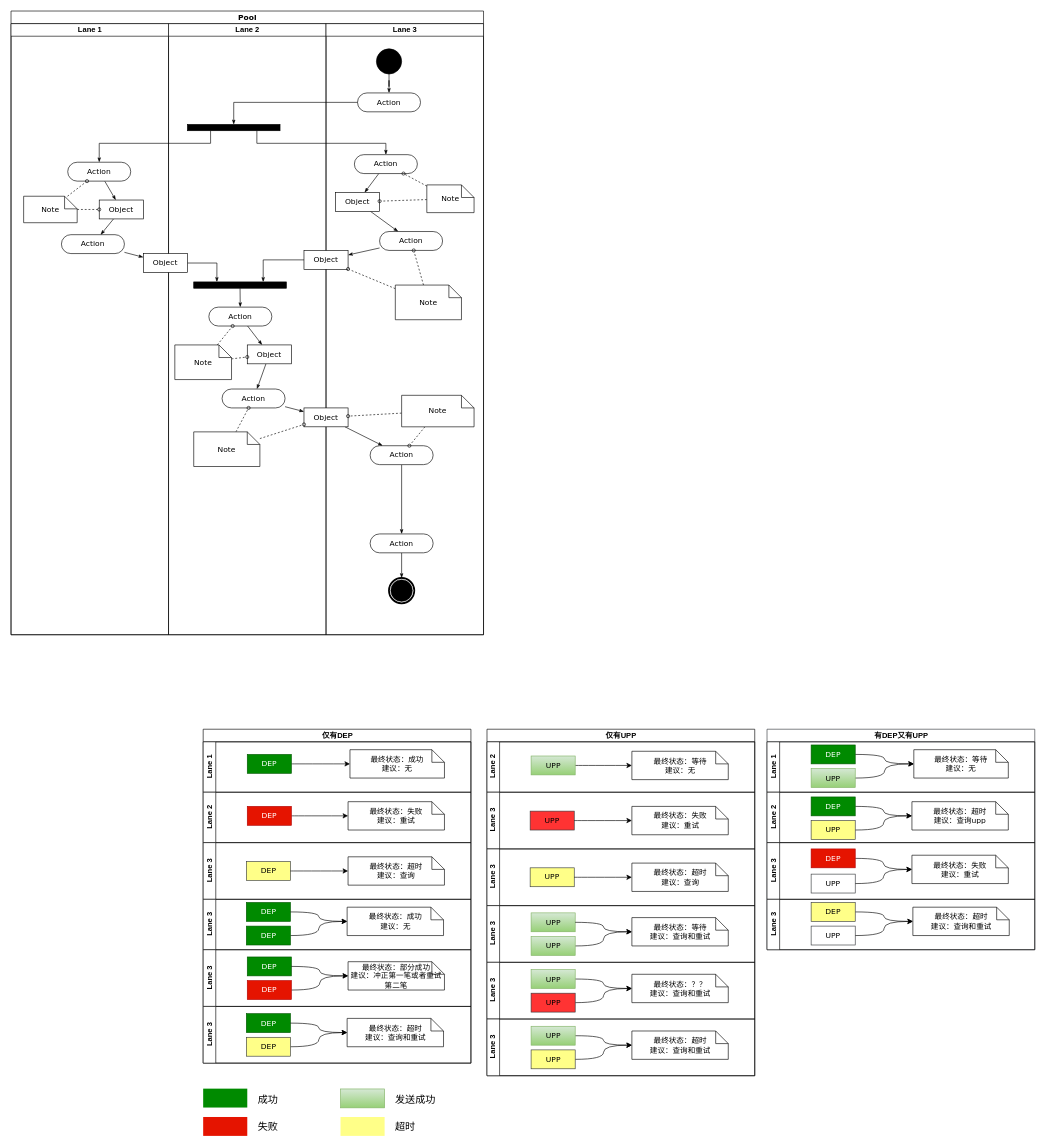
staconfree/design keeps this draw.io diagram as 清算引擎交互流程图.drawio. Above is the earlier version. Source tidied: cells renumbered, new cells numbered last; positions are measured from the earlier drawing's top-left corner, leaving out a move shared by most shapes. Both pictures are drawn from the tidied source at 63%, with x=0, y=0 at pixel (11, 11).
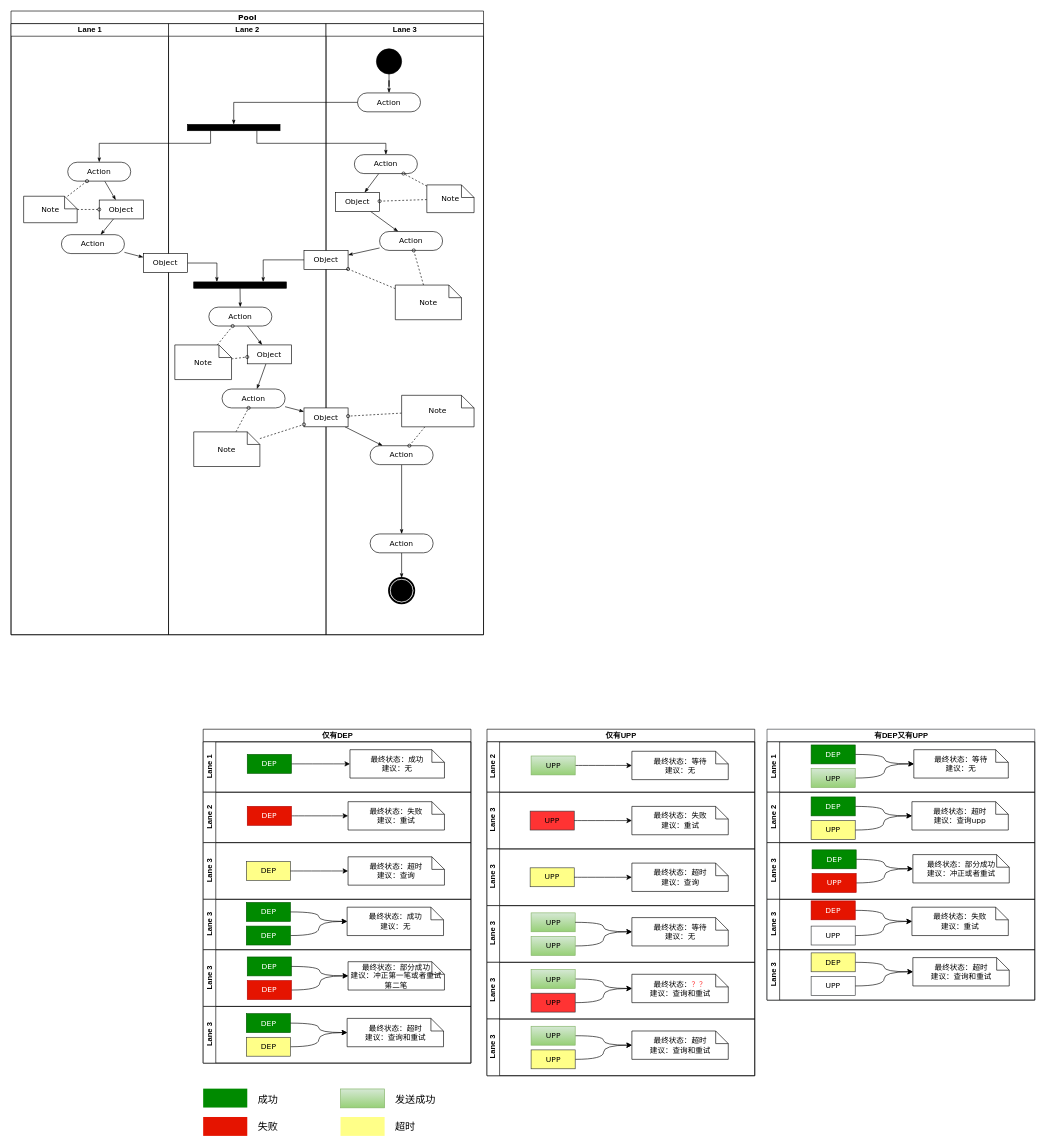
Above is the later version.

Commit message (it also covers changes not shown here):
更新清算引擎交互流程图.drawio

Unchanged cells that the change refers to:
```xml
<mxCell id="106" value="Lane 3" style="swimlane;html=1;startSize=20;horizontal=0;" parent="93" vertex="1">
  <mxGeometry y="280" width="425" height="90" as="geometry" />
</mxCell>
<mxCell id="112" value="Lane 3" style="swimlane;html=1;startSize=20;horizontal=0;" parent="93" vertex="1">
  <mxGeometry y="370" width="425" height="90" as="geometry" />
</mxCell>
<mxCell id="137" value="Lane 3" style="swimlane;html=1;startSize=20;horizontal=0;" parent="124" vertex="1">
  <mxGeometry y="180" width="425" height="90" as="geometry" />
</mxCell>
```

Diff of the diagram source:
```diff
@@
-    <mxCell id="108" value="最终状态：等待&lt;br&gt;建议：查询和重试" style="shape=note;whiteSpace=wrap;html=1;rounded=0;shadow=0;comic=0;labelBackgroundColor=none;strokeColor=#000000;strokeWidth=1;fillColor=#ffffff;fontFamily=Verdana;fontSize=12;fontColor=#000000;align=center;size=20;" parent="106" vertex="1">
+    <mxCell id="108" value="最终状态：等待&lt;br&gt;建议：无" style="shape=note;whiteSpace=wrap;html=1;rounded=0;shadow=0;comic=0;labelBackgroundColor=none;strokeColor=#000000;strokeWidth=1;fillColor=#ffffff;fontFamily=Verdana;fontSize=12;fontColor=#000000;align=center;size=20;" parent="106" vertex="1">
       <mxGeometry x="230" y="19" width="153" height="45" as="geometry" />
     </mxCell>
@@
-    <mxCell id="115" value="最终状态：？？&lt;br&gt;建议：查询和重试" style="shape=note;whiteSpace=wrap;html=1;rounded=0;shadow=0;comic=0;labelBackgroundColor=none;strokeColor=#000000;strokeWidth=1;fillColor=#ffffff;fontFamily=Verdana;fontSize=12;fontColor=#000000;align=center;size=20;" parent="112" vertex="1">
+    <mxCell id="115" value="最终状态：&lt;font color=&quot;#FF3333&quot;&gt;？？&lt;/font&gt;&lt;br&gt;建议：查询和重试" style="shape=note;whiteSpace=wrap;html=1;rounded=0;shadow=0;comic=0;labelBackgroundColor=none;strokeColor=#000000;strokeWidth=1;fillColor=#ffffff;fontFamily=Verdana;fontSize=12;fontColor=#000000;align=center;size=20;" parent="112" vertex="1">
       <mxGeometry x="230" y="19" width="153" height="45" as="geometry" />
     </mxCell>
@@
     <mxCell id="124" value="有DEP又有UPP" style="swimlane;html=1;horizontal=1;startSize=20;strokeColor=#36393d;fillColor=none;align=center;" parent="1" vertex="1">
-      <mxGeometry x="1200" y="1140" width="425" height="350" as="geometry" />
+      <mxGeometry x="1200" y="1140" width="425" height="430" as="geometry" />
     </mxCell>
@@
+    <mxCell id="157" style="edgeStyle=orthogonalEdgeStyle;curved=1;jettySize=auto;html=1;fontColor=#000000;" parent="137" edge="1" source="160" target="159">
+      <mxGeometry relative="1" as="geometry" />
+    </mxCell>
+    <mxCell id="158" style="edgeStyle=orthogonalEdgeStyle;curved=1;jettySize=auto;html=1;fontColor=#000000;" parent="137" edge="1" source="161" target="159">
+      <mxGeometry relative="1" as="geometry" />
+    </mxCell>
+    <mxCell id="159" value="最终状态：部分成功&lt;br&gt;建议：冲正或者重试" style="shape=note;whiteSpace=wrap;html=1;rounded=0;shadow=0;comic=0;labelBackgroundColor=none;strokeColor=#000000;strokeWidth=1;fillColor=#ffffff;fontFamily=Verdana;fontSize=12;fontColor=#000000;align=center;size=20;" parent="137" vertex="1">
+      <mxGeometry x="231.5" y="19" width="153" height="45" as="geometry" />
+    </mxCell>
+    <mxCell id="160" value="DEP" style="rounded=0;whiteSpace=wrap;html=1;shadow=0;comic=0;labelBackgroundColor=none;strokeColor=#005700;strokeWidth=1;fillColor=#008a00;fontFamily=Verdana;fontSize=12;fontColor=#ffffff;align=center;arcSize=50;" parent="137" vertex="1">
+      <mxGeometry x="71.5" y="11.5" width="70" height="30" as="geometry" />
+    </mxCell>
+    <mxCell id="161" value="UPP" style="rounded=0;whiteSpace=wrap;html=1;shadow=0;comic=0;labelBackgroundColor=none;strokeColor=#B20000;strokeWidth=1;fillColor=#e51400;fontFamily=Verdana;fontSize=12;align=center;arcSize=50;fontColor=#ffffff;" parent="137" vertex="1">
+      <mxGeometry x="71.5" y="49" width="70" height="30" as="geometry" />
+    </mxCell>
+    <mxCell id="143" value="Lane 3" style="swimlane;html=1;startSize=20;horizontal=0;" parent="124" vertex="1">
+      <mxGeometry y="270" width="425" height="80" as="geometry" />
+    </mxCell>
-    <mxCell id="138" value="最终状态：失败&lt;br&gt;建议：重试" style="shape=note;whiteSpace=wrap;html=1;rounded=0;shadow=0;comic=0;labelBackgroundColor=none;strokeColor=#000000;strokeWidth=1;fillColor=#ffffff;fontFamily=Verdana;fontSize=12;fontColor=#000000;align=center;size=20;" parent="137" vertex="1">
-      <mxGeometry x="230" y="20" width="153" height="45" as="geometry" />
+    <mxCell id="138" value="最终状态：失败&lt;br&gt;建议：重试" style="shape=note;whiteSpace=wrap;html=1;rounded=0;shadow=0;comic=0;labelBackgroundColor=none;strokeColor=#000000;strokeWidth=1;fillColor=#ffffff;fontFamily=Verdana;fontSize=12;fontColor=#000000;align=center;size=20;" parent="143" vertex="1">
+      <mxGeometry x="230" y="12.5" width="153" height="45" as="geometry" />
     </mxCell>
-    <mxCell id="139" style="edgeStyle=orthogonalEdgeStyle;curved=1;jettySize=auto;html=1;entryX=0;entryY=0.5;entryDx=0;entryDy=0;entryPerimeter=0;fontColor=#000000;" parent="137" edge="1" source="140" target="138">
+    <mxCell id="139" style="edgeStyle=orthogonalEdgeStyle;curved=1;jettySize=auto;html=1;entryX=0;entryY=0.5;entryDx=0;entryDy=0;entryPerimeter=0;fontColor=#000000;" parent="143" edge="1" source="140" target="138">
       <mxGeometry relative="1" as="geometry" />
     </mxCell>
-    <mxCell id="140" value="DEP" style="rounded=0;whiteSpace=wrap;html=1;shadow=0;comic=0;labelBackgroundColor=none;strokeColor=#B20000;strokeWidth=1;fillColor=#e51400;fontFamily=Verdana;fontSize=12;fontColor=#ffffff;align=center;arcSize=50;" parent="137" vertex="1">
-      <mxGeometry x="70" y="10" width="70" height="30" as="geometry" />
+    <mxCell id="140" value="DEP" style="rounded=0;whiteSpace=wrap;html=1;shadow=0;comic=0;labelBackgroundColor=none;strokeColor=#B20000;strokeWidth=1;fillColor=#e51400;fontFamily=Verdana;fontSize=12;fontColor=#ffffff;align=center;arcSize=50;" parent="143" vertex="1">
+      <mxGeometry x="70" y="2.5" width="70" height="30" as="geometry" />
     </mxCell>
-    <mxCell id="141" style="edgeStyle=orthogonalEdgeStyle;curved=1;jettySize=auto;html=1;entryX=0;entryY=0.5;entryDx=0;entryDy=0;entryPerimeter=0;fontColor=#000000;" parent="137" edge="1" source="142" target="138">
+    <mxCell id="141" style="edgeStyle=orthogonalEdgeStyle;curved=1;jettySize=auto;html=1;entryX=0;entryY=0.5;entryDx=0;entryDy=0;entryPerimeter=0;fontColor=#000000;" parent="143" edge="1" source="142" target="138">
       <mxGeometry relative="1" as="geometry" />
     </mxCell>
-    <mxCell id="142" value="UPP" style="rounded=0;whiteSpace=wrap;html=1;shadow=0;comic=0;labelBackgroundColor=none;strokeColor=#36393d;strokeWidth=1;fillColor=none;fontFamily=Verdana;fontSize=12;align=center;arcSize=50;" parent="137" vertex="1">
-      <mxGeometry x="70" y="50" width="70" height="30" as="geometry" />
+    <mxCell id="142" value="UPP" style="rounded=0;whiteSpace=wrap;html=1;shadow=0;comic=0;labelBackgroundColor=none;strokeColor=#36393d;strokeWidth=1;fillColor=none;fontFamily=Verdana;fontSize=12;align=center;arcSize=50;" parent="143" vertex="1">
+      <mxGeometry x="70" y="42.5" width="70" height="30" as="geometry" />
     </mxCell>
-    <mxCell id="143" value="Lane 3" style="swimlane;html=1;startSize=20;horizontal=0;" parent="124" vertex="1">
-      <mxGeometry y="270" width="425" height="80" as="geometry" />
-    </mxCell>
+    <mxCell id="162" value="Lane 3" style="swimlane;html=1;startSize=20;horizontal=0;" parent="124" vertex="1">
+      <mxGeometry y="350" width="425" height="80" as="geometry" />
+    </mxCell>
-    <mxCell id="144" style="edgeStyle=orthogonalEdgeStyle;curved=1;jettySize=auto;html=1;entryX=0;entryY=0.5;entryDx=0;entryDy=0;entryPerimeter=0;fontColor=#000000;" parent="143" edge="1" source="145" target="146">
+    <mxCell id="144" style="edgeStyle=orthogonalEdgeStyle;curved=1;jettySize=auto;html=1;entryX=0;entryY=0.5;entryDx=0;entryDy=0;entryPerimeter=0;fontColor=#000000;" parent="162" edge="1" source="145" target="146">
       <mxGeometry relative="1" as="geometry" />
     </mxCell>
-    <mxCell id="145" value="UPP" style="rounded=0;whiteSpace=wrap;html=1;shadow=0;comic=0;labelBackgroundColor=none;strokeColor=#36393d;strokeWidth=1;fillColor=none;fontFamily=Verdana;fontSize=12;align=center;arcSize=50;" parent="143" vertex="1">
+    <mxCell id="145" value="UPP" style="rounded=0;whiteSpace=wrap;html=1;shadow=0;comic=0;labelBackgroundColor=none;strokeColor=#36393d;strokeWidth=1;fillColor=none;fontFamily=Verdana;fontSize=12;align=center;arcSize=50;" parent="162" vertex="1">
       <mxGeometry x="70" y="42.5" width="70" height="30" as="geometry" />
     </mxCell>
-    <mxCell id="146" value="最终状态：超时&lt;br&gt;建议：查询和重试" style="shape=note;whiteSpace=wrap;html=1;rounded=0;shadow=0;comic=0;labelBackgroundColor=none;strokeColor=#000000;strokeWidth=1;fillColor=#ffffff;fontFamily=Verdana;fontSize=12;fontColor=#000000;align=center;size=20;" parent="143" vertex="1">
+    <mxCell id="146" value="最终状态：超时&lt;br&gt;建议：查询和重试" style="shape=note;whiteSpace=wrap;html=1;rounded=0;shadow=0;comic=0;labelBackgroundColor=none;strokeColor=#000000;strokeWidth=1;fillColor=#ffffff;fontFamily=Verdana;fontSize=12;fontColor=#000000;align=center;size=20;" parent="162" vertex="1">
       <mxGeometry x="231.5" y="12.5" width="153" height="45" as="geometry" />
     </mxCell>
-    <mxCell id="147" style="edgeStyle=orthogonalEdgeStyle;curved=1;jettySize=auto;html=1;fontColor=#000000;" parent="143" edge="1" source="148" target="146">
+    <mxCell id="147" style="edgeStyle=orthogonalEdgeStyle;curved=1;jettySize=auto;html=1;fontColor=#000000;" parent="162" edge="1" source="148" target="146">
       <mxGeometry relative="1" as="geometry" />
     </mxCell>
-    <mxCell id="148" value="DEP" style="rounded=0;whiteSpace=wrap;html=1;shadow=0;comic=0;labelBackgroundColor=none;strokeColor=#36393d;strokeWidth=1;fillColor=#ffff88;fontFamily=Verdana;fontSize=12;align=center;arcSize=50;" parent="143" vertex="1">
+    <mxCell id="148" value="DEP" style="rounded=0;whiteSpace=wrap;html=1;shadow=0;comic=0;labelBackgroundColor=none;strokeColor=#36393d;strokeWidth=1;fillColor=#ffff88;fontFamily=Verdana;fontSize=12;align=center;arcSize=50;" parent="162" vertex="1">
       <mxGeometry x="70" y="5" width="70" height="30" as="geometry" />
     </mxCell>
```
